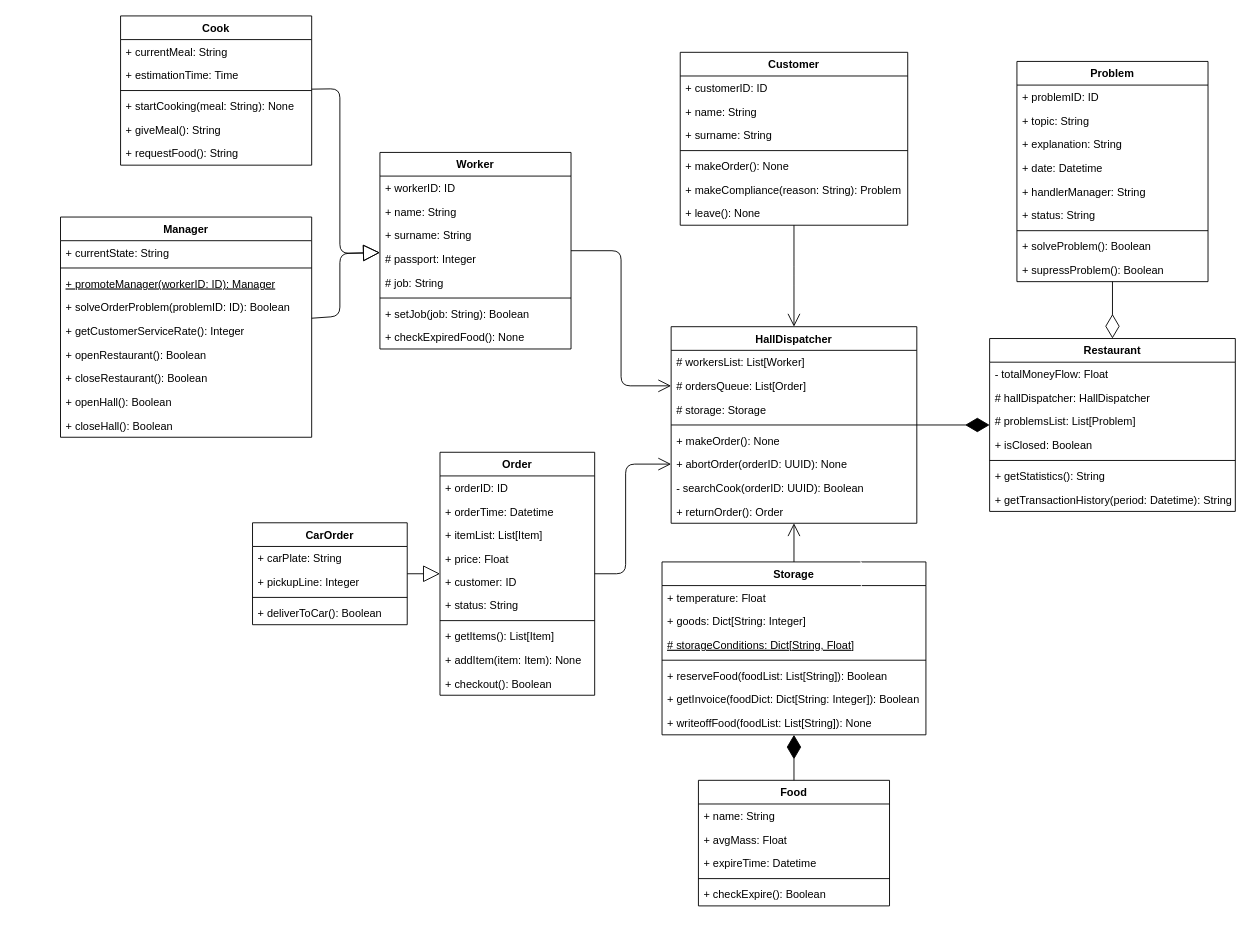
Above: python/task4/Class diagram.drawio in ricci5791/python-education (draw.io), before the change. Source tidied: cells renumbered, new cells numbered last; positions are measured from the earlier drawing's top-left corner, leaving out a move shared by most shapes. Both pictures are drawn from the tidied source at 91%, with x=0, y=0 at pixel (15, 15).
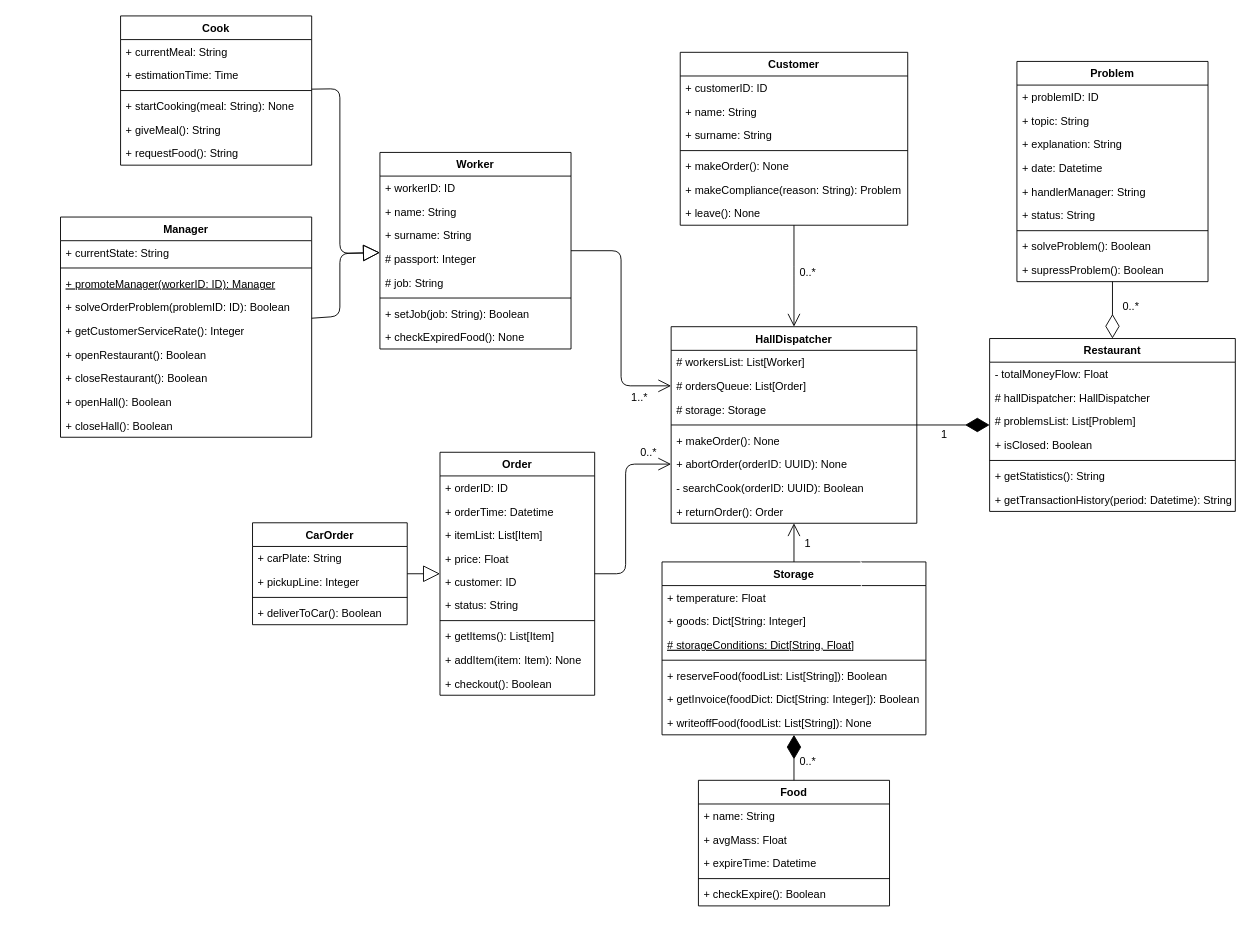
The same page after the edit.

Commit message:
added relations multiplicity

What changed in the source:
```diff
@@
+    <mxCell id="106" value="0..*" style="text;html=1;align=center;verticalAlign=middle;strokeColor=none;" parent="1" vertex="1">
+      <mxGeometry x="855" y="810" width="30" height="20" as="geometry" />
+    </mxCell>
+    <mxCell id="107" value="1" style="text;html=1;align=center;verticalAlign=middle;strokeColor=none;" parent="1" vertex="1">
+      <mxGeometry x="860" y="570" width="20" height="20" as="geometry" />
+    </mxCell>
+    <mxCell id="108" value="1" style="text;html=1;align=center;verticalAlign=middle;strokeColor=none;" parent="1" vertex="1">
+      <mxGeometry x="1010" y="450" width="20" height="20" as="geometry" />
+    </mxCell>
+    <mxCell id="109" value="0..*" style="text;html=1;align=center;verticalAlign=middle;strokeColor=none;" parent="1" vertex="1">
+      <mxGeometry x="680" y="470" width="30" height="20" as="geometry" />
+    </mxCell>
+    <mxCell id="110" value="1..*" style="text;html=1;align=center;verticalAlign=middle;strokeColor=none;" parent="1" vertex="1">
+      <mxGeometry x="670" y="410" width="30" height="20" as="geometry" />
+    </mxCell>
+    <mxCell id="111" value="0..*" style="text;html=1;align=center;verticalAlign=middle;strokeColor=none;" parent="1" vertex="1">
+      <mxGeometry x="855" y="272" width="30" height="20" as="geometry" />
+    </mxCell>
+    <mxCell id="112" value="0..*" style="text;html=1;align=center;verticalAlign=middle;strokeColor=none;" parent="1" vertex="1">
+      <mxGeometry x="1210" y="310" width="30" height="20" as="geometry" />
+    </mxCell>
```
